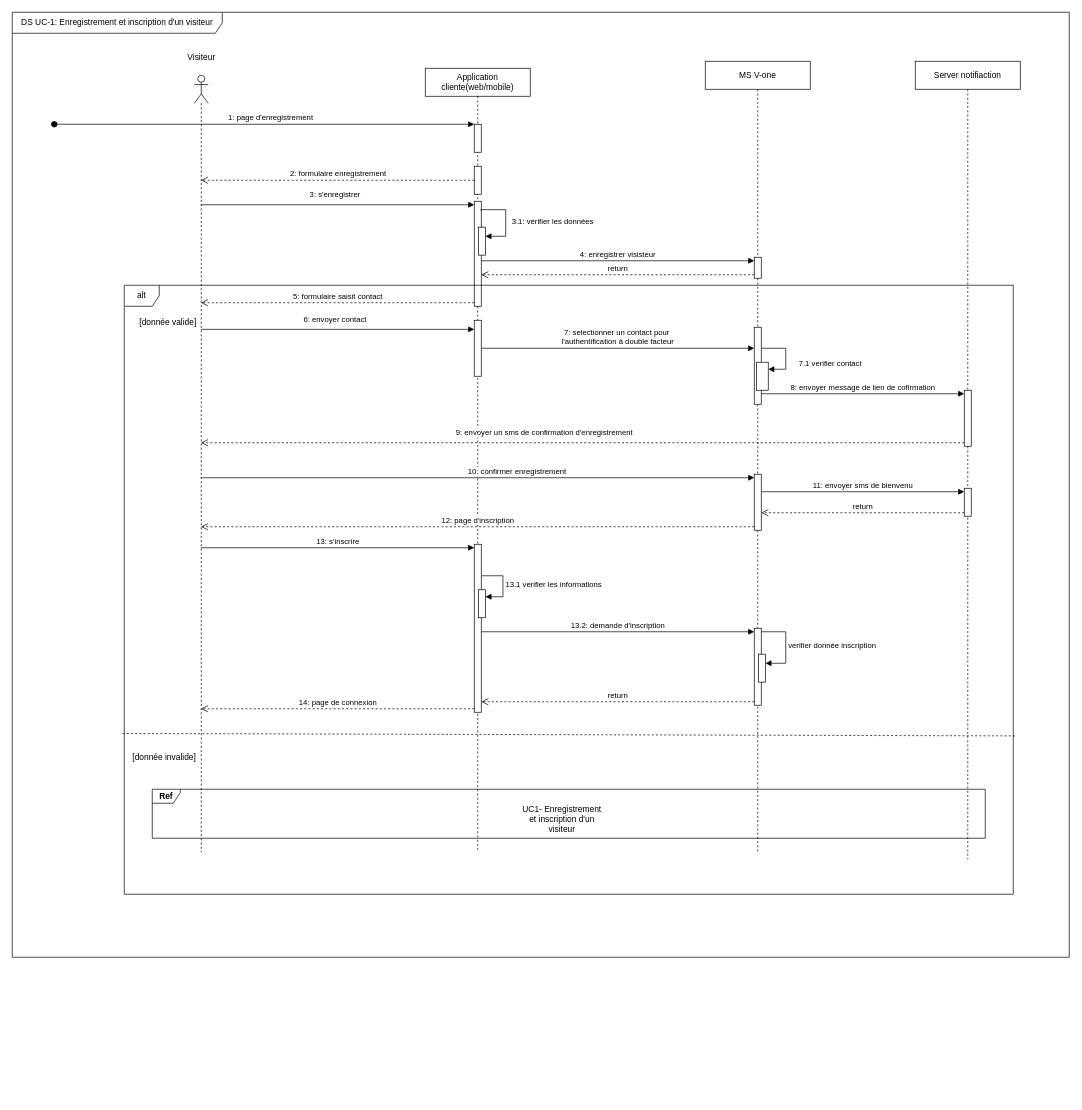
Above: page "DS-Enregistrement" (2 of 11) of Diagramme-vone-2024.drawio in Kaji17/Diagramme-UML (draw.io), before the change. Source tidied: cells renumbered, new cells numbered last; positions are measured from the earlier drawing's top-left corner, leaving out a move shared by most shapes. Both pictures are drawn from the tidied source at 70%, with x=0, y=0 at pixel (12, 12).
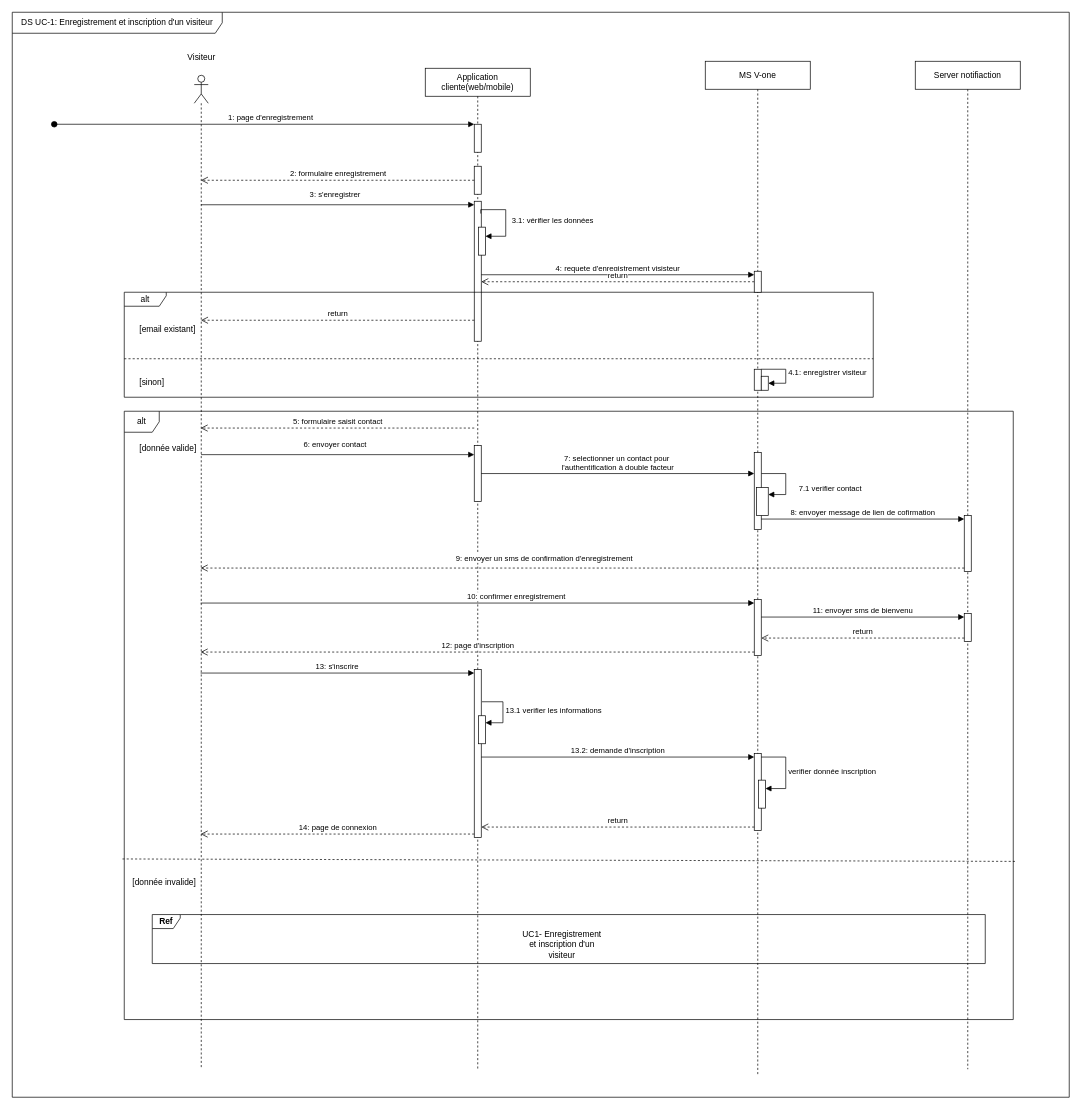
The same page after the edit.

Unchanged cells that the change refers to:
```xml
<mxCell id="36" style="html=1;points=[[0,0,0,0,5],[0,1,0,0,-5],[1,0,0,0,5],[1,1,0,0,-5]];perimeter=orthogonalPerimeter;outlineConnect=0;targetShapes=umlLifeline;portConstraint=eastwest;newEdgeStyle={&quot;curved&quot;:0,&quot;rounded&quot;:0};" parent="32" vertex="1">
  <mxGeometry x="906" y="527" width="10" height="40" as="geometry" />
</mxCell>
```

What changed in the source:
```diff
@@
     <mxCell id="2" style="shape=umlLifeline;perimeter=lifelinePerimeter;whiteSpace=wrap;html=1;outlineConnect=0;portConstraint=eastwest;newEdgeStyle={&quot;curved&quot;:0,&quot;rounded&quot;:0};participant=umlActor;" parent="1" vertex="1">
-      <mxGeometry x="260" y="90" width="20" height="1110" as="geometry" />
+      <mxGeometry x="260" y="90" width="20" height="1420" as="geometry" />
     </mxCell>
     <mxCell id="3" value="Application cliente(web/mobile)" style="shape=umlLifeline;perimeter=lifelinePerimeter;whiteSpace=wrap;html=1;newEdgeStyle={&quot;edgeStyle&quot;:&quot;elbowEdgeStyle&quot;,&quot;elbow&quot;:&quot;vertical&quot;,&quot;curved&quot;:0,&quot;rounded&quot;:0};" parent="1" vertex="1">
-      <mxGeometry x="590" y="80" width="150" height="1120" as="geometry" />
+      <mxGeometry x="590" y="80" width="150" height="1430" as="geometry" />
     </mxCell>
@@
     <mxCell id="6" style="html=1;points=[[0,0,0,0,5],[0,1,0,0,-5],[1,0,0,0,5],[1,1,0,0,-5]];perimeter=orthogonalPerimeter;outlineConnect=0;targetShapes=umlLifeline;portConstraint=eastwest;newEdgeStyle={&quot;curved&quot;:0,&quot;rounded&quot;:0};" parent="3" vertex="1">
-      <mxGeometry x="70" y="190" width="10" height="150" as="geometry" />
+      <mxGeometry x="70" y="190" width="10" height="200" as="geometry" />
     </mxCell>
@@
     <mxCell id="9" style="html=1;points=[[0,0,0,0,5],[0,1,0,0,-5],[1,0,0,0,5],[1,1,0,0,-5]];perimeter=orthogonalPerimeter;outlineConnect=0;targetShapes=umlLifeline;portConstraint=eastwest;newEdgeStyle={&quot;curved&quot;:0,&quot;rounded&quot;:0};" parent="3" vertex="1">
-      <mxGeometry x="70" y="360" width="10" height="80" as="geometry" />
+      <mxGeometry x="70" y="539" width="10" height="80" as="geometry" />
     </mxCell>
     <mxCell id="10" style="html=1;points=[[0,0,0,0,5],[0,1,0,0,-5],[1,0,0,0,5],[1,1,0,0,-5]];perimeter=orthogonalPerimeter;outlineConnect=0;targetShapes=umlLifeline;portConstraint=eastwest;newEdgeStyle={&quot;curved&quot;:0,&quot;rounded&quot;:0};" parent="3" vertex="1">
-      <mxGeometry x="70" y="680" width="10" height="240" as="geometry" />
+      <mxGeometry x="70" y="859" width="10" height="240" as="geometry" />
     </mxCell>
@@
-    <mxCell id="15" value="5: formulaire saisit contact" style="html=1;verticalAlign=bottom;endArrow=open;dashed=1;endSize=8;curved=0;rounded=0;exitX=0;exitY=1;exitDx=0;exitDy=-5;" parent="1" edge="1" source="6" target="2">
-      <mxGeometry relative="1" as="geometry" />
+    <mxCell id="15" value="5: formulaire saisit contact" style="html=1;verticalAlign=bottom;endArrow=open;dashed=1;endSize=8;curved=0;rounded=0;exitX=0;exitY=1;exitDx=0;exitDy=-5;" parent="1" edge="1">
+      <mxGeometry relative="1" as="geometry">
+        <mxPoint x="660" y="594" as="sourcePoint" />
+        <mxPoint x="269.1" y="594" as="targetPoint" />
+      </mxGeometry>
     </mxCell>
-    <mxCell id="16" value="4: enregistrer visisteur" style="html=1;verticalAlign=bottom;endArrow=block;curved=0;rounded=0;entryX=0;entryY=0;entryDx=0;entryDy=5;" parent="1" edge="1" source="6" target="22">
+    <mxCell id="16" value="4: requete d'enregistrement visisteur" style="html=1;verticalAlign=bottom;endArrow=block;curved=0;rounded=0;entryX=0;entryY=0;entryDx=0;entryDy=5;" parent="1" edge="1" source="6" target="22">
       <mxGeometry relative="1" as="geometry" />
     </mxCell>
-    <mxCell id="17" value="return" style="html=1;verticalAlign=bottom;endArrow=open;dashed=1;endSize=8;curved=0;rounded=0;exitX=0;exitY=1;exitDx=0;exitDy=-5;" parent="1" edge="1" source="22" target="6">
+    <mxCell id="17" value="return" style="html=1;verticalAlign=bottom;endArrow=open;dashed=1;endSize=8;curved=0;rounded=0;" parent="1" edge="1" source="22" target="6">
       <mxGeometry relative="1" as="geometry" />
     </mxCell>
     <mxCell id="18" value="6: envoyer contact" style="html=1;verticalAlign=bottom;endArrow=block;curved=0;rounded=0;" parent="1" edge="1" target="9">
       <mxGeometry x="-0.02" y="5" relative="1" as="geometry">
-        <mxPoint x="269.7" y="453" as="sourcePoint" />
+        <mxPoint x="269.7" y="632" as="sourcePoint" />
       </mxGeometry>
     </mxCell>
@@
     <mxCell id="20" value="MS V-one" style="shape=umlLifeline;perimeter=lifelinePerimeter;whiteSpace=wrap;html=1;newEdgeStyle={&quot;edgeStyle&quot;:&quot;elbowEdgeStyle&quot;,&quot;elbow&quot;:&quot;vertical&quot;,&quot;curved&quot;:0,&quot;rounded&quot;:0};" parent="1" vertex="1">
-      <mxGeometry x="990" y="70" width="150" height="1130" as="geometry" />
+      <mxGeometry x="990" y="70" width="150" height="1450" as="geometry" />
     </mxCell>
     <mxCell id="21" value="7.1 verifier contact&amp;nbsp;" style="html=1;align=left;spacingLeft=2;endArrow=block;rounded=0;edgeStyle=orthogonalEdgeStyle;curved=0;rounded=0;" parent="20" edge="1" source="23" target="24">
       <mxGeometry x="0.26" y="15" relative="1" as="geometry">
         <Array as="points">
-          <mxPoint x="115" y="410" />
-          <mxPoint x="115" y="440" />
+          <mxPoint x="115" y="589" />
+          <mxPoint x="115" y="619" />
         </Array>
       </mxGeometry>
     </mxCell>
-    <mxCell id="22" style="html=1;points=[[0,0,0,0,5],[0,1,0,0,-5],[1,0,0,0,5],[1,1,0,0,-5]];perimeter=orthogonalPerimeter;outlineConnect=0;targetShapes=umlLifeline;portConstraint=eastwest;newEdgeStyle={&quot;curved&quot;:0,&quot;rounded&quot;:0};" parent="20" vertex="1">
-      <mxGeometry x="70" y="280" width="10" height="30" as="geometry" />
-    </mxCell>
     <mxCell id="23" style="html=1;points=[[0,0,0,0,5],[0,1,0,0,-5],[1,0,0,0,5],[1,1,0,0,-5]];perimeter=orthogonalPerimeter;outlineConnect=0;targetShapes=umlLifeline;portConstraint=eastwest;newEdgeStyle={&quot;curved&quot;:0,&quot;rounded&quot;:0};" parent="20" vertex="1">
-      <mxGeometry x="70" y="380" width="10" height="110" as="geometry" />
+      <mxGeometry x="70" y="559" width="10" height="110" as="geometry" />
     </mxCell>
     <mxCell id="24" style="html=1;points=[[0,0,0,0,5],[0,1,0,0,-5],[1,0,0,0,5],[1,1,0,0,-5]];perimeter=orthogonalPerimeter;outlineConnect=0;targetShapes=umlLifeline;portConstraint=eastwest;newEdgeStyle={&quot;curved&quot;:0,&quot;rounded&quot;:0};" parent="20" vertex="1">
-      <mxGeometry x="73" y="430" width="17" height="40" as="geometry" />
+      <mxGeometry x="73" y="609" width="17" height="40" as="geometry" />
     </mxCell>
     <mxCell id="25" style="html=1;points=[[0,0,0,0,5],[0,1,0,0,-5],[1,0,0,0,5],[1,1,0,0,-5]];perimeter=orthogonalPerimeter;outlineConnect=0;targetShapes=umlLifeline;portConstraint=eastwest;newEdgeStyle={&quot;curved&quot;:0,&quot;rounded&quot;:0};" parent="20" vertex="1">
-      <mxGeometry x="70" y="590" width="10" height="80" as="geometry" />
+      <mxGeometry x="70" y="769" width="10" height="80" as="geometry" />
     </mxCell>
     <mxCell id="26" style="html=1;points=[[0,0,0,0,5],[0,1,0,0,-5],[1,0,0,0,5],[1,1,0,0,-5]];perimeter=orthogonalPerimeter;outlineConnect=0;targetShapes=umlLifeline;portConstraint=eastwest;newEdgeStyle={&quot;curved&quot;:0,&quot;rounded&quot;:0};" parent="20" vertex="1">
-      <mxGeometry x="70" y="810" width="10" height="110" as="geometry" />
+      <mxGeometry x="70" y="989" width="10" height="110" as="geometry" />
     </mxCell>
+    <mxCell id="51" style="html=1;points=[[0,0,0,0,5],[0,1,0,0,-5],[1,0,0,0,5],[1,1,0,0,-5]];perimeter=orthogonalPerimeter;outlineConnect=0;targetShapes=umlLifeline;portConstraint=eastwest;newEdgeStyle={&quot;curved&quot;:0,&quot;rounded&quot;:0};" parent="20" vertex="1">
+      <mxGeometry x="70" y="440" width="10" height="30" as="geometry" />
+    </mxCell>
     <mxCell id="27" value="Server notifiaction" style="shape=umlLifeline;perimeter=lifelinePerimeter;whiteSpace=wrap;html=1;newEdgeStyle={&quot;edgeStyle&quot;:&quot;elbowEdgeStyle&quot;,&quot;elbow&quot;:&quot;vertical&quot;,&quot;curved&quot;:0,&quot;rounded&quot;:0};" parent="1" vertex="1">
-      <mxGeometry x="1290" y="70" width="150" height="1140" as="geometry" />
+      <mxGeometry x="1290" y="70" width="150" height="1440" as="geometry" />
     </mxCell>
     <mxCell id="28" style="html=1;points=[[0,0,0,0,5],[0,1,0,0,-5],[1,0,0,0,5],[1,1,0,0,-5]];perimeter=orthogonalPerimeter;outlineConnect=0;targetShapes=umlLifeline;portConstraint=eastwest;newEdgeStyle={&quot;curved&quot;:0,&quot;rounded&quot;:0};" parent="27" vertex="1">
-      <mxGeometry x="70" y="470" width="10" height="80" as="geometry" />
+      <mxGeometry x="70" y="649" width="10" height="80" as="geometry" />
     </mxCell>
     <mxCell id="29" style="html=1;points=[[0,0,0,0,5],[0,1,0,0,-5],[1,0,0,0,5],[1,1,0,0,-5]];perimeter=orthogonalPerimeter;outlineConnect=0;targetShapes=umlLifeline;portConstraint=eastwest;newEdgeStyle={&quot;curved&quot;:0,&quot;rounded&quot;:0};" parent="27" vertex="1">
-      <mxGeometry x="70" y="610" width="10" height="40" as="geometry" />
+      <mxGeometry x="70" y="789" width="10" height="40" as="geometry" />
     </mxCell>
@@
-    <mxCell id="31" value="&lt;div&gt;9: envoyer un sms de confirmation d'enregistrement&lt;/div&gt;" style="html=1;verticalAlign=bottom;endArrow=open;dashed=1;endSize=8;curved=0;rounded=0;exitX=0;exitY=1;exitDx=0;exitDy=-5;" parent="1" edge="1" source="28" target="2">
-      <mxGeometry x="0.1" y="-5" relative="1" as="geometry" />
+    <mxCell id="31" value="&lt;div&gt;9: envoyer un sms de confirmation d'enregistrement&lt;/div&gt;" style="html=1;verticalAlign=bottom;endArrow=open;dashed=1;endSize=8;curved=0;rounded=0;exitX=0;exitY=1;exitDx=0;exitDy=-5;" parent="1" edge="1" source="28">
+      <mxGeometry x="0.1" y="-5" relative="1" as="geometry">
+        <mxPoint x="269.1" y="794" as="targetPoint" />
+      </mxGeometry>
     </mxCell>
     <mxCell id="32" value="alt" style="shape=umlFrame;whiteSpace=wrap;html=1;width=50;height=30;" parent="1" vertex="1">
-      <mxGeometry x="160" y="390" width="1270" height="870" as="geometry" />
+      <mxGeometry x="160" y="570" width="1270" height="869" as="geometry" />
     </mxCell>
@@
     <mxCell id="37" value="11: envoyer sms de bienvenu" style="html=1;verticalAlign=bottom;endArrow=block;curved=0;rounded=0;entryX=0;entryY=0;entryDx=0;entryDy=5;" parent="1" edge="1" target="29">
       <mxGeometry relative="1" as="geometry">
-        <mxPoint x="1070" y="685" as="sourcePoint" />
+        <mxPoint x="1070" y="864" as="sourcePoint" />
       </mxGeometry>
     </mxCell>
     <mxCell id="38" value="return" style="html=1;verticalAlign=bottom;endArrow=open;dashed=1;endSize=8;curved=0;rounded=0;exitX=0;exitY=1;exitDx=0;exitDy=-5;" parent="1" edge="1" source="29">
       <mxGeometry relative="1" as="geometry">
-        <mxPoint x="1070" y="715" as="targetPoint" />
+        <mxPoint x="1070" y="894" as="targetPoint" />
       </mxGeometry>
     </mxCell>
-    <mxCell id="39" value="10: confirmer enregistrement" style="html=1;verticalAlign=bottom;endArrow=block;curved=0;rounded=0;entryX=0;entryY=0;entryDx=0;entryDy=5;" parent="1" edge="1" source="2" target="25">
-      <mxGeometry x="0.14" relative="1" as="geometry" />
+    <mxCell id="39" value="10: confirmer enregistrement" style="html=1;verticalAlign=bottom;endArrow=block;curved=0;rounded=0;entryX=0;entryY=0;entryDx=0;entryDy=5;" parent="1" edge="1" target="25">
+      <mxGeometry x="0.14" relative="1" as="geometry">
+        <mxPoint x="269.1" y="844" as="sourcePoint" />
+      </mxGeometry>
     </mxCell>
-    <mxCell id="40" value="12: page d'inscription" style="html=1;verticalAlign=bottom;endArrow=open;dashed=1;endSize=8;curved=0;rounded=0;exitX=0;exitY=1;exitDx=0;exitDy=-5;" parent="1" edge="1" source="25" target="2">
-      <mxGeometry relative="1" as="geometry" />
+    <mxCell id="40" value="12: page d'inscription" style="html=1;verticalAlign=bottom;endArrow=open;dashed=1;endSize=8;curved=0;rounded=0;exitX=0;exitY=1;exitDx=0;exitDy=-5;" parent="1" edge="1" source="25">
+      <mxGeometry relative="1" as="geometry">
+        <mxPoint x="269.1" y="914" as="targetPoint" />
+      </mxGeometry>
     </mxCell>
-    <mxCell id="41" value="13: s'inscrire" style="html=1;verticalAlign=bottom;endArrow=block;curved=0;rounded=0;entryX=0;entryY=0;entryDx=0;entryDy=5;" parent="1" edge="1" source="2" target="10">
-      <mxGeometry relative="1" as="geometry" />
+    <mxCell id="41" value="13: s'inscrire" style="html=1;verticalAlign=bottom;endArrow=block;curved=0;rounded=0;entryX=0;entryY=0;entryDx=0;entryDy=5;" parent="1" edge="1" target="10">
+      <mxGeometry relative="1" as="geometry">
+        <mxPoint x="269.1" y="944" as="sourcePoint" />
+      </mxGeometry>
     </mxCell>
-    <mxCell id="42" value="14: page de connexion" style="html=1;verticalAlign=bottom;endArrow=open;dashed=1;endSize=8;curved=0;rounded=0;exitX=0;exitY=1;exitDx=0;exitDy=-5;" parent="1" edge="1" source="10" target="2">
-      <mxGeometry relative="1" as="geometry" />
+    <mxCell id="42" value="14: page de connexion" style="html=1;verticalAlign=bottom;endArrow=open;dashed=1;endSize=8;curved=0;rounded=0;exitX=0;exitY=1;exitDx=0;exitDy=-5;" parent="1" edge="1" source="10">
+      <mxGeometry relative="1" as="geometry">
+        <mxPoint x="269.1" y="1174" as="targetPoint" />
+      </mxGeometry>
     </mxCell>
@@
     <mxCell id="44" value="verifier donnée inscription" style="html=1;align=left;spacingLeft=2;endArrow=block;rounded=0;edgeStyle=orthogonalEdgeStyle;curved=0;rounded=0;exitX=1;exitY=0;exitDx=0;exitDy=5;exitPerimeter=0;" parent="1" edge="1" source="26" target="36">
       <mxGeometry relative="1" as="geometry">
         <Array as="points">
-          <mxPoint x="1105" y="885" />
-          <mxPoint x="1105" y="930" />
+          <mxPoint x="1105" y="1064" />
+          <mxPoint x="1105" y="1109" />
         </Array>
       </mxGeometry>
     </mxCell>
@@
     <mxCell id="46" value="DS UC-1: Enregistrement et inscription d'un visiteur" style="shape=umlFrame;whiteSpace=wrap;html=1;width=300;height=30;" parent="1" vertex="1">
-      <mxGeometry width="1510" height="1350" as="geometry" />
+      <mxGeometry width="1510" height="1550" as="geometry" />
     </mxCell>
@@
     <mxCell id="48" value="[donnée invalide]" style="text;html=1;" parent="1" vertex="1">
-      <mxGeometry x="170" y="1050" width="100" height="20" as="geometry" />
+      <mxGeometry x="170" y="1229" width="100" height="20" as="geometry" />
     </mxCell>
     <mxCell id="49" value="Ref" style="shape=umlFrame;whiteSpace=wrap;html=1;width=40;height=20;fontStyle=1;" parent="1" vertex="1">
-      <mxGeometry x="200" y="1110" width="1190" height="70" as="geometry" />
+      <mxGeometry x="200" y="1289" width="1190" height="70" as="geometry" />
     </mxCell>
@@
+    <mxCell id="52" value="alt" style="shape=umlFrame;whiteSpace=wrap;html=1;width=60;height=20;" parent="1" vertex="1">
+      <mxGeometry x="160" y="400" width="1070" height="150" as="geometry" />
+    </mxCell>
+    <mxCell id="53" value="[email existant]" style="text;html=1;" parent="52" vertex="1">
+      <mxGeometry width="100" height="20" relative="1" as="geometry">
+        <mxPoint x="20" y="40" as="offset" />
+      </mxGeometry>
+    </mxCell>
+    <mxCell id="54" value="[sinon]" style="line;strokeWidth=1;dashed=1;labelPosition=center;verticalLabelPosition=bottom;align=left;verticalAlign=top;spacingLeft=20;spacingTop=15;html=1;whiteSpace=wrap;" parent="52" vertex="1">
+      <mxGeometry y="90" width="1070" height="10" as="geometry" />
+    </mxCell>
+    <mxCell id="55" value="return" style="html=1;verticalAlign=bottom;endArrow=open;dashed=1;endSize=8;curved=0;rounded=0;" parent="52" edge="1">
+      <mxGeometry relative="1" as="geometry">
+        <mxPoint x="500" y="40" as="sourcePoint" />
+        <mxPoint x="109.6" y="40" as="targetPoint" />
+      </mxGeometry>
+    </mxCell>
+    <mxCell id="56" style="html=1;points=[[0,0,0,0,5],[0,1,0,0,-5],[1,0,0,0,5],[1,1,0,0,-5]];perimeter=orthogonalPerimeter;outlineConnect=0;targetShapes=umlLifeline;portConstraint=eastwest;newEdgeStyle={&quot;curved&quot;:0,&quot;rounded&quot;:0};" parent="52" vertex="1">
+      <mxGeometry x="910" y="120" width="10" height="20" as="geometry" />
+    </mxCell>
+    <mxCell id="22" style="html=1;points=[[0,0,0,0,5],[0,1,0,0,-5],[1,0,0,0,5],[1,1,0,0,-5]];perimeter=orthogonalPerimeter;outlineConnect=0;targetShapes=umlLifeline;portConstraint=eastwest;newEdgeStyle={&quot;curved&quot;:0,&quot;rounded&quot;:0};" parent="1" vertex="1">
+      <mxGeometry x="1060" y="370" width="10" height="30" as="geometry" />
+    </mxCell>
+    <mxCell id="57" value="4.1: enregistrer visiteur" style="html=1;align=left;spacingLeft=2;endArrow=block;rounded=0;edgeStyle=orthogonalEdgeStyle;curved=0;rounded=0;" parent="1" edge="1" source="51" target="56">
+      <mxGeometry relative="1" as="geometry">
+        <Array as="points">
+          <mxPoint x="1105" y="510" />
+          <mxPoint x="1105" y="530" />
+        </Array>
+      </mxGeometry>
+    </mxCell>
```
